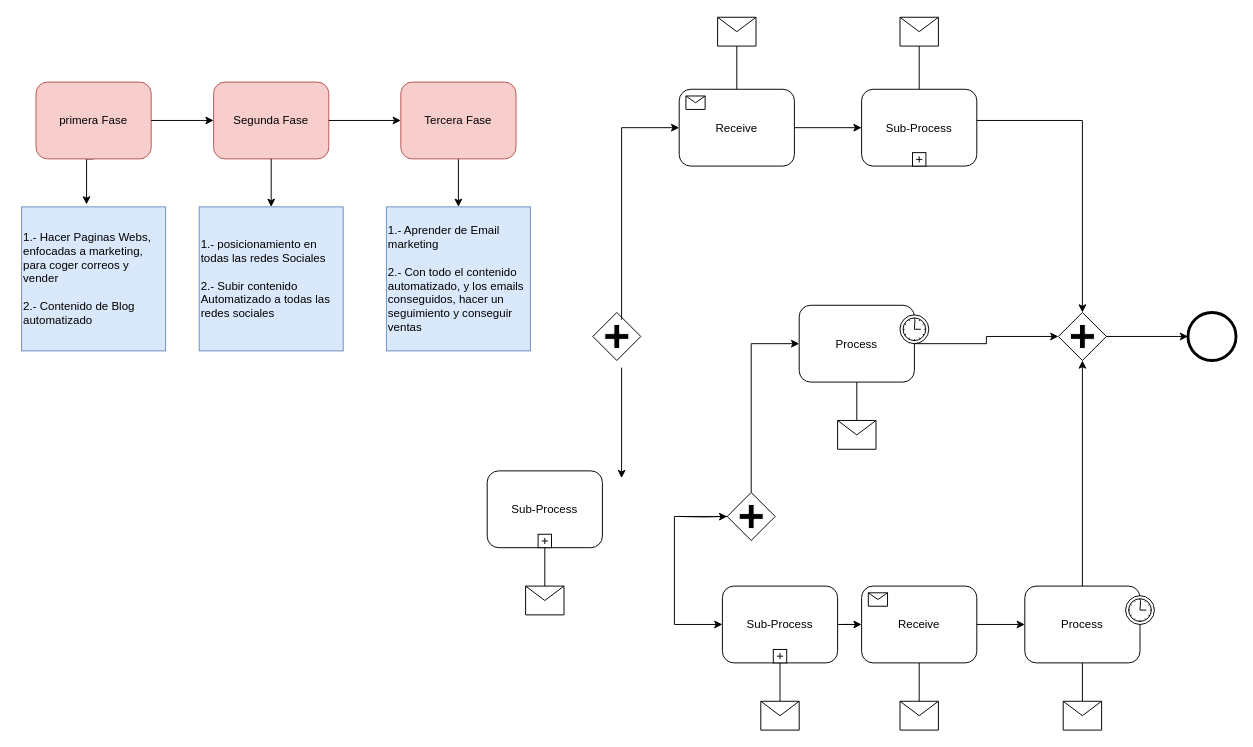
This is Diagrama sin título.drawio from joelsct98/MisDiagramas, a draw.io file, before an edit. Source tidied: cells renumbered, new cells numbered last; positions are measured from the earlier drawing's top-left corner, leaving out a move shared by most shapes. Both pictures are drawn from the tidied source at 96%, with x=0, y=0 at pixel (21, 16).
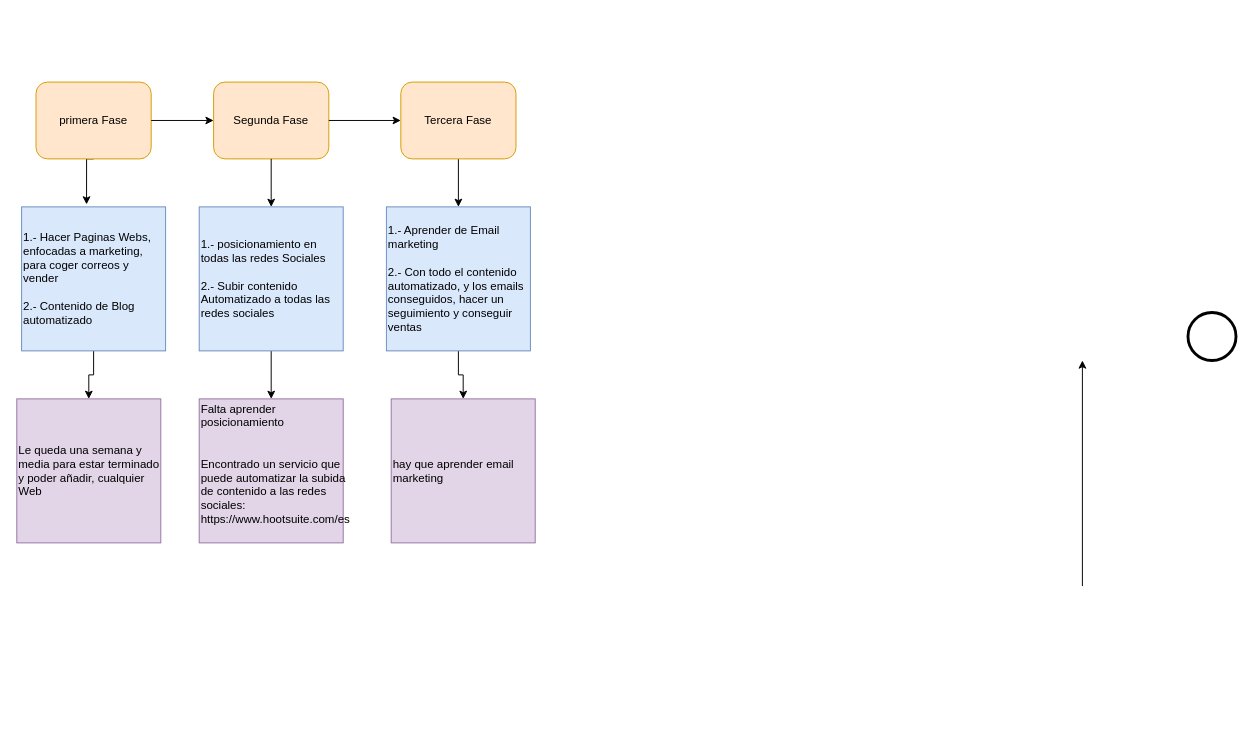
After the change.

Unchanged cells that the change refers to:
```xml
<mxCell id="19" style="shape=mxgraph.bpmn.shape;html=1;verticalLabelPosition=bottom;labelBackgroundColor=#ffffff;verticalAlign=top;perimeter=ellipsePerimeter;outline=end;symbol=general;" parent="1" vertex="1">
  <mxGeometry x="1215" y="308" width="50" height="50" as="geometry" />
</mxCell>
<mxCell id="50" value="&lt;div style=&quot;&quot;&gt;&lt;span style=&quot;background-color: initial;&quot;&gt;1.- Hacer Paginas Webs, enfocadas a marketing, para coger correos y vender&lt;/span&gt;&lt;/div&gt;&lt;div style=&quot;&quot;&gt;&lt;span style=&quot;background-color: initial;&quot;&gt;&amp;nbsp;&lt;/span&gt;&lt;/div&gt;&lt;div style=&quot;&quot;&gt;&lt;span style=&quot;background-color: initial;&quot;&gt;2.- Contenido de Blog automatizado&lt;/span&gt;&lt;/div&gt;" style="whiteSpace=wrap;html=1;fillColor=#dae8fc;strokeColor=#6c8ebf;align=left;" parent="1" vertex="1">
  <mxGeometry y="198" width="150" height="150" as="geometry" />
</mxCell>
<mxCell id="51" value="&lt;div style=&quot;&quot;&gt;&lt;span style=&quot;background-color: initial;&quot;&gt;1.- posicionamiento en todas las redes Sociales&lt;/span&gt;&lt;/div&gt;&lt;div style=&quot;&quot;&gt;&lt;span style=&quot;background-color: initial;&quot;&gt;&amp;nbsp;&lt;/span&gt;&lt;/div&gt;&lt;div style=&quot;&quot;&gt;&lt;span style=&quot;background-color: initial;&quot;&gt;2.- Subir contenido Automatizado a todas las redes sociales&lt;/span&gt;&lt;/div&gt;" style="whiteSpace=wrap;html=1;fillColor=#dae8fc;strokeColor=#6c8ebf;align=left;" parent="1" vertex="1">
  <mxGeometry x="185" y="198" width="150" height="150" as="geometry" />
</mxCell>
<mxCell id="55" value="&lt;div style=&quot;&quot;&gt;&lt;span style=&quot;background-color: initial;&quot;&gt;1.- Aprender de Email marketing&lt;/span&gt;&lt;/div&gt;&lt;div style=&quot;&quot;&gt;&lt;span style=&quot;background-color: initial;&quot;&gt;&amp;nbsp;&lt;/span&gt;&lt;/div&gt;&lt;div style=&quot;&quot;&gt;&lt;span style=&quot;background-color: initial;&quot;&gt;2.- Con todo el contenido automatizado, y los emails conseguidos, hacer un seguimiento y conseguir ventas&lt;/span&gt;&lt;/div&gt;" style="whiteSpace=wrap;html=1;fillColor=#dae8fc;strokeColor=#6c8ebf;align=left;" parent="1" vertex="1">
  <mxGeometry x="380" y="198" width="150" height="150" as="geometry" />
</mxCell>
```

The edit, as a diff of the source:
```diff
@@
-    <mxCell id="3" value="primera Fase" style="shape=ext;rounded=1;html=1;whiteSpace=wrap;fillColor=#f8cecc;strokeColor=#b85450;" parent="1" vertex="1">
+    <mxCell id="3" value="primera Fase" style="shape=ext;rounded=1;html=1;whiteSpace=wrap;fillColor=#ffe6cc;strokeColor=#d79b00;" parent="1" vertex="1">
       <mxGeometry x="15" y="68" width="120" height="80" as="geometry" />
     </mxCell>
-    <mxCell id="4" value="Segunda Fase" style="shape=ext;rounded=1;html=1;whiteSpace=wrap;fillColor=#f8cecc;strokeColor=#b85450;" parent="1" vertex="1">
+    <mxCell id="4" value="Segunda Fase" style="shape=ext;rounded=1;html=1;whiteSpace=wrap;fillColor=#ffe6cc;strokeColor=#d79b00;" parent="1" vertex="1">
       <mxGeometry x="200" y="68" width="120" height="80" as="geometry" />
     </mxCell>
-    <mxCell id="5" style="shape=mxgraph.bpmn.shape;html=1;verticalLabelPosition=bottom;labelBackgroundColor=#ffffff;verticalAlign=top;perimeter=rhombusPerimeter;background=gateway;outline=none;symbol=parallelGw;" parent="1" vertex="1">
-      <mxGeometry x="595" y="308" width="50" height="50" as="geometry" />
-    </mxCell>
-    <mxCell id="6" value="Sub-Process" style="html=1;whiteSpace=wrap;rounded=1;" parent="1" vertex="1">
-      <mxGeometry x="875" y="75.5" width="120" height="80" as="geometry" />
-    </mxCell>
-    <mxCell id="7" style="html=1;shape=plus;" parent="6" vertex="1">
-      <mxGeometry x="0.5" y="1" width="14" height="14" relative="1" as="geometry">
-        <mxPoint x="-7" y="-14" as="offset" />
-      </mxGeometry>
-    </mxCell>
-    <mxCell id="8" value="Receive" style="html=1;whiteSpace=wrap;rounded=1;" parent="1" vertex="1">
-      <mxGeometry x="685" y="75.5" width="120" height="80" as="geometry" />
-    </mxCell>
-    <mxCell id="9" style="html=1;shape=message;" parent="8" vertex="1">
-      <mxGeometry width="20" height="14" relative="1" as="geometry">
-        <mxPoint x="7" y="7" as="offset" />
-      </mxGeometry>
-    </mxCell>
-    <mxCell id="10" value="Process" style="html=1;whiteSpace=wrap;rounded=1;" parent="1" vertex="1">
-      <mxGeometry x="810" y="300.5" width="120" height="80" as="geometry" />
-    </mxCell>
-    <mxCell id="11" style="shape=mxgraph.bpmn.timer_start;perimeter=ellipsePerimeter;html=1;labelPosition=right;labelBackgroundColor=#ffffff;align=left;" parent="10" vertex="1">
-      <mxGeometry x="1" width="30" height="30" relative="1" as="geometry">
-        <mxPoint x="-15" y="10" as="offset" />
-      </mxGeometry>
-    </mxCell>
-    <mxCell id="12" value="Process" style="html=1;whiteSpace=wrap;rounded=1;" parent="1" vertex="1">
-      <mxGeometry x="1045" y="593" width="120" height="80" as="geometry" />
-    </mxCell>
-    <mxCell id="13" style="shape=mxgraph.bpmn.timer_start;perimeter=ellipsePerimeter;html=1;labelPosition=right;labelBackgroundColor=#ffffff;align=left;" parent="12" vertex="1">
-      <mxGeometry x="1" width="30" height="30" relative="1" as="geometry">
-        <mxPoint x="-15" y="10" as="offset" />
-      </mxGeometry>
-    </mxCell>
-    <mxCell id="14" value="Receive" style="html=1;whiteSpace=wrap;rounded=1;" parent="1" vertex="1">
-      <mxGeometry x="875" y="593" width="120" height="80" as="geometry" />
-    </mxCell>
-    <mxCell id="15" style="html=1;shape=message;" parent="14" vertex="1">
-      <mxGeometry width="20" height="14" relative="1" as="geometry">
-        <mxPoint x="7" y="7" as="offset" />
-      </mxGeometry>
-    </mxCell>
-    <mxCell id="16" value="Sub-Process" style="html=1;whiteSpace=wrap;rounded=1;" parent="1" vertex="1">
-      <mxGeometry x="730" y="593" width="120" height="80" as="geometry" />
-    </mxCell>
-    <mxCell id="17" style="html=1;shape=plus;" parent="16" vertex="1">
-      <mxGeometry x="0.5" y="1" width="14" height="14" relative="1" as="geometry">
-        <mxPoint x="-7" y="-14" as="offset" />
-      </mxGeometry>
-    </mxCell>
-    <mxCell id="18" style="shape=mxgraph.bpmn.shape;html=1;verticalLabelPosition=bottom;labelBackgroundColor=#ffffff;verticalAlign=top;perimeter=rhombusPerimeter;background=gateway;outline=none;symbol=parallelGw;" parent="1" vertex="1">
-      <mxGeometry x="1080" y="308" width="50" height="50" as="geometry" />
-    </mxCell>
@@
-    <mxCell id="20" style="shape=message;whiteSpace=wrap;html=1;" parent="1" vertex="1">
-      <mxGeometry x="725" y="0.5" width="40" height="30" as="geometry" />
-    </mxCell>
-    <mxCell id="21" style="shape=message;whiteSpace=wrap;html=1;" parent="1" vertex="1">
-      <mxGeometry x="915" y="0.5" width="40" height="30" as="geometry" />
-    </mxCell>
-    <mxCell id="22" value="Sub-Process" style="html=1;whiteSpace=wrap;rounded=1;" parent="1" vertex="1">
-      <mxGeometry x="485" y="473" width="120" height="80" as="geometry" />
-    </mxCell>
-    <mxCell id="23" style="html=1;shape=plus;" parent="22" vertex="1">
-      <mxGeometry x="0.5" y="1" width="14" height="14" relative="1" as="geometry">
-        <mxPoint x="-7" y="-14" as="offset" />
-      </mxGeometry>
-    </mxCell>
-    <mxCell id="24" style="shape=message;whiteSpace=wrap;html=1;" parent="1" vertex="1">
-      <mxGeometry x="525" y="593" width="40" height="30" as="geometry" />
-    </mxCell>
-    <mxCell id="25" style="shape=message;whiteSpace=wrap;html=1;" parent="1" vertex="1">
-      <mxGeometry x="915" y="713" width="40" height="30" as="geometry" />
-    </mxCell>
-    <mxCell id="26" style="shape=message;whiteSpace=wrap;html=1;" parent="1" vertex="1">
-      <mxGeometry x="1085" y="713" width="40" height="30" as="geometry" />
-    </mxCell>
-    <mxCell id="27" style="shape=message;whiteSpace=wrap;html=1;" parent="1" vertex="1">
-      <mxGeometry x="770" y="713" width="40" height="30" as="geometry" />
-    </mxCell>
-    <mxCell id="28" style="shape=message;whiteSpace=wrap;html=1;" parent="1" vertex="1">
-      <mxGeometry x="850" y="420.5" width="40" height="30" as="geometry" />
-    </mxCell>
@@
-    <mxCell id="30" style="edgeStyle=orthogonalEdgeStyle;rounded=0;html=1;jettySize=auto;" parent="1" edge="1" source="8" target="6">
-      <mxGeometry relative="1" as="geometry" />
-    </mxCell>
-    <mxCell id="31" style="edgeStyle=orthogonalEdgeStyle;rounded=0;html=1;jettySize=auto;endArrow=none;endFill=0;" parent="1" edge="1" source="20" target="8">
-      <mxGeometry relative="1" as="geometry" />
-    </mxCell>
-    <mxCell id="32" style="edgeStyle=orthogonalEdgeStyle;rounded=0;html=1;jettySize=auto;endArrow=none;endFill=0;" parent="1" edge="1" source="21" target="6">
-      <mxGeometry relative="1" as="geometry" />
-    </mxCell>
-    <mxCell id="33" style="edgeStyle=orthogonalEdgeStyle;rounded=0;html=1;jettySize=auto;" parent="1" edge="1" source="6" target="18">
-      <mxGeometry relative="1" as="geometry">
-        <Array as="points">
-          <mxPoint x="1105" y="108" />
-        </Array>
-      </mxGeometry>
-    </mxCell>
-    <mxCell id="34" style="edgeStyle=orthogonalEdgeStyle;rounded=0;html=1;jettySize=auto;" parent="1" edge="1" source="10" target="18">
-      <mxGeometry relative="1" as="geometry" />
-    </mxCell>
-    <mxCell id="35" style="edgeStyle=orthogonalEdgeStyle;rounded=0;html=1;jettySize=auto;" parent="1" edge="1" source="12" target="18">
-      <mxGeometry relative="1" as="geometry" />
+    <mxCell id="35" style="edgeStyle=orthogonalEdgeStyle;rounded=0;html=1;jettySize=auto;orthogonalLoop=1;" parent="1" edge="1">
+      <mxGeometry relative="1" as="geometry">
+        <mxPoint x="1105" y="593" as="sourcePoint" />
+        <mxPoint x="1105" y="358" as="targetPoint" />
+      </mxGeometry>
     </mxCell>
-    <mxCell id="36" style="edgeStyle=orthogonalEdgeStyle;rounded=0;html=1;jettySize=auto;" parent="1" edge="1" source="18" target="19">
-      <mxGeometry relative="1" as="geometry" />
-    </mxCell>
-    <mxCell id="37" style="edgeStyle=orthogonalEdgeStyle;rounded=0;html=1;jettySize=auto;" parent="1" edge="1" target="8">
-      <mxGeometry relative="1" as="geometry">
-        <mxPoint x="625" y="315.5" as="sourcePoint" />
-        <Array as="points">
-          <mxPoint x="625" y="115.5" />
-        </Array>
-      </mxGeometry>
-    </mxCell>
-    <mxCell id="38" style="edgeStyle=orthogonalEdgeStyle;rounded=0;html=1;jettySize=auto;orthogonalLoop=1;" parent="1" edge="1">
-      <mxGeometry relative="1" as="geometry">
-        <mxPoint x="625" y="365.5" as="sourcePoint" />
-        <mxPoint x="625" y="480.5" as="targetPoint" />
-      </mxGeometry>
-    </mxCell>
-    <mxCell id="39" style="edgeStyle=orthogonalEdgeStyle;rounded=0;html=1;jettySize=auto;endArrow=none;endFill=0;" parent="1" edge="1" source="24" target="22">
-      <mxGeometry relative="1" as="geometry" />
-    </mxCell>
-    <mxCell id="40" style="shape=mxgraph.bpmn.shape;html=1;verticalLabelPosition=bottom;labelBackgroundColor=#ffffff;verticalAlign=top;perimeter=rhombusPerimeter;background=gateway;outline=none;symbol=parallelGw;" parent="1" vertex="1">
-      <mxGeometry x="735" y="495.5" width="50" height="50" as="geometry" />
-    </mxCell>
-    <mxCell id="41" style="edgeStyle=orthogonalEdgeStyle;rounded=0;html=1;jettySize=auto;" parent="1" edge="1" source="40" target="16">
-      <mxGeometry relative="1" as="geometry">
-        <Array as="points">
-          <mxPoint x="680" y="633" />
-        </Array>
-      </mxGeometry>
-    </mxCell>
-    <mxCell id="42" style="edgeStyle=orthogonalEdgeStyle;rounded=0;html=1;jettySize=auto;" parent="1" edge="1" source="40" target="10">
-      <mxGeometry relative="1" as="geometry">
-        <Array as="points">
-          <mxPoint x="760" y="340.5" />
-        </Array>
-      </mxGeometry>
-    </mxCell>
-    <mxCell id="43" style="edgeStyle=orthogonalEdgeStyle;rounded=0;html=1;jettySize=auto;endArrow=none;endFill=0;" parent="1" edge="1" source="28" target="10">
-      <mxGeometry relative="1" as="geometry" />
-    </mxCell>
-    <mxCell id="44" style="edgeStyle=orthogonalEdgeStyle;rounded=0;html=1;jettySize=auto;" parent="1" edge="1" target="40">
-      <mxGeometry relative="1" as="geometry">
-        <mxPoint x="685" y="520.5" as="sourcePoint" />
-      </mxGeometry>
-    </mxCell>
-    <mxCell id="45" style="edgeStyle=orthogonalEdgeStyle;rounded=0;html=1;jettySize=auto;" parent="1" edge="1" source="16" target="14">
-      <mxGeometry relative="1" as="geometry" />
-    </mxCell>
-    <mxCell id="46" style="edgeStyle=orthogonalEdgeStyle;rounded=0;html=1;jettySize=auto;endArrow=none;endFill=0;" parent="1" edge="1" source="27" target="16">
-      <mxGeometry relative="1" as="geometry" />
-    </mxCell>
-    <mxCell id="47" style="edgeStyle=orthogonalEdgeStyle;rounded=0;html=1;jettySize=auto;endArrow=none;endFill=0;" parent="1" edge="1" source="25" target="14">
-      <mxGeometry relative="1" as="geometry" />
-    </mxCell>
-    <mxCell id="48" style="edgeStyle=orthogonalEdgeStyle;rounded=0;html=1;jettySize=auto;endArrow=none;endFill=0;" parent="1" edge="1" source="26" target="12">
-      <mxGeometry relative="1" as="geometry" />
-    </mxCell>
-    <mxCell id="49" style="edgeStyle=orthogonalEdgeStyle;rounded=0;html=1;jettySize=auto;" parent="1" edge="1" source="14" target="12">
-      <mxGeometry relative="1" as="geometry" />
-    </mxCell>
+    <mxCell id="57" style="edgeStyle=orthogonalEdgeStyle;rounded=0;jettySize=auto;html=1;entryX=0.5;entryY=0;entryDx=0;entryDy=0;" parent="1" edge="1" source="50" target="60">
+      <mxGeometry relative="1" as="geometry" />
+    </mxCell>
@@
+    <mxCell id="58" style="edgeStyle=orthogonalEdgeStyle;rounded=0;jettySize=auto;html=1;" parent="1" edge="1" source="51" target="61">
+      <mxGeometry relative="1" as="geometry" />
+    </mxCell>
@@
-    <mxCell id="53" value="Tercera Fase" style="shape=ext;rounded=1;html=1;whiteSpace=wrap;fillColor=#f8cecc;strokeColor=#b85450;" parent="1" vertex="1">
+    <mxCell id="53" value="Tercera Fase" style="shape=ext;rounded=1;html=1;whiteSpace=wrap;fillColor=#ffe6cc;strokeColor=#d79b00;" parent="1" vertex="1">
       <mxGeometry x="395" y="68" width="120" height="80" as="geometry" />
     </mxCell>
@@
+    <mxCell id="59" style="edgeStyle=orthogonalEdgeStyle;rounded=0;jettySize=auto;html=1;exitX=0.5;exitY=1;exitDx=0;exitDy=0;entryX=0.5;entryY=0;entryDx=0;entryDy=0;" parent="1" edge="1" source="55" target="62">
+      <mxGeometry relative="1" as="geometry" />
+    </mxCell>
@@
+    <mxCell id="60" value="&lt;div style=&quot;&quot;&gt;Le queda una semana y media para estar terminado y poder añadir, cualquier Web&lt;/div&gt;" style="whiteSpace=wrap;html=1;fillColor=#e1d5e7;strokeColor=#9673a6;align=left;" parent="1" vertex="1">
+      <mxGeometry x="-5" y="398" width="150" height="150" as="geometry" />
+    </mxCell>
+    <mxCell id="61" value="&lt;div style=&quot;&quot;&gt;&lt;br&gt;&lt;/div&gt;&lt;div style=&quot;&quot;&gt;Falta aprender posicionamiento&amp;nbsp;&lt;/div&gt;&lt;div style=&quot;&quot;&gt;&lt;br&gt;&lt;/div&gt;&lt;div style=&quot;&quot;&gt;&lt;br&gt;&lt;/div&gt;&lt;div style=&quot;&quot;&gt;Encontrado un servicio que puede automatizar la subida de contenido a las redes sociales:&amp;nbsp;&lt;/div&gt;&lt;div style=&quot;&quot;&gt;https://www.hootsuite.com/es&lt;/div&gt;&lt;div style=&quot;&quot;&gt;&lt;br&gt;&lt;/div&gt;&lt;div style=&quot;&quot;&gt;&lt;br&gt;&lt;/div&gt;" style="whiteSpace=wrap;html=1;fillColor=#e1d5e7;strokeColor=#9673a6;align=left;" parent="1" vertex="1">
+      <mxGeometry x="185" y="398" width="150" height="150" as="geometry" />
+    </mxCell>
+    <mxCell id="62" value="&lt;div style=&quot;&quot;&gt;hay que aprender email marketing&amp;nbsp;&lt;/div&gt;" style="whiteSpace=wrap;html=1;fillColor=#e1d5e7;strokeColor=#9673a6;align=left;" parent="1" vertex="1">
+      <mxGeometry x="385" y="398" width="150" height="150" as="geometry" />
+    </mxCell>
```
